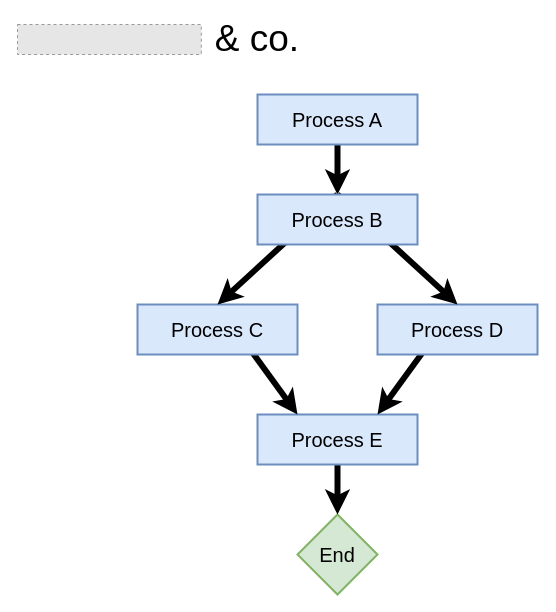
hclimente/hclimente.github.io keeps this draw.io diagram as assets/img/posts/2025-10-12-agentic-workflows/nextflow_dag.drawio. Above is the earlier version. Source tidied: cells renumbered, new cells numbered last; positions are measured from the earlier drawing's top-left corner, leaving out a move shared by most shapes. Both pictures are drawn from the tidied source at 100%, with x=0, y=0 at pixel (17, 24). Pictures stored in the file or linked from it are replaced by grey dashed boxes.
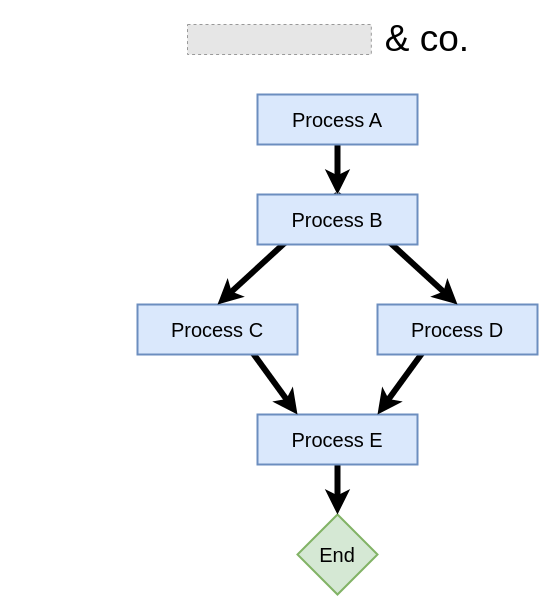
After the change.

What changed in the source:
```diff
@@
 <mxGraphModel>
   <root>
     <mxCell id="0" />
     <mxCell id="1" parent="0" />
-    <mxCell id="2" style="fillColor=#E6E6E6;strokeColor=#999999;dashed=1;verticalLabelPosition=bottom;labelBackgroundColor=default;verticalAlign=top;" parent="1" vertex="1">
-      <mxGeometry width="183.8" height="30" as="geometry" />
-    </mxCell>
     <mxCell id="3" style="group;" parent="1" vertex="1">
       <mxGeometry x="120" y="70" width="400" height="500" as="geometry" />
     </mxCell>
     <mxCell id="4" value="&lt;font style=&quot;font-size: 20px;&quot;&gt;End&lt;/font&gt;" style="rhombus;whiteSpace=wrap;html=1;fillColor=#d5e8d4;strokeColor=#82b366;strokeWidth=2;" parent="3" vertex="1">
       <mxGeometry x="160" y="420" width="80" height="80" as="geometry" />
     </mxCell>
     <mxCell id="5" style="endArrow=classic;html=1;rounded=0;strokeWidth=6;exitX=0.5;exitY=1;exitDx=0;exitDy=0;entryX=0.5;entryY=0;entryDx=0;entryDy=0;" parent="3" edge="1" source="6" target="4">
       <mxGeometry relative="1" as="geometry" />
     </mxCell>
     <mxCell id="6" value="&lt;font style=&quot;font-size: 20px;&quot;&gt;Process E&lt;/font&gt;" style="rounded=0;whiteSpace=wrap;html=1;strokeWidth=2;fillColor=#dae8fc;strokeColor=#6c8ebf;" parent="3" vertex="1">
       <mxGeometry x="120" y="320" width="160" height="50" as="geometry" />
     </mxCell>
     <mxCell id="7" style="endArrow=classic;html=1;rounded=0;strokeWidth=6;entryX=0.75;entryY=0;entryDx=0;entryDy=0;exitX=0.5;exitY=0;exitDx=0;exitDy=0;" parent="3" edge="1" source="8" target="6">
       <mxGeometry relative="1" as="geometry" />
     </mxCell>
     <mxCell id="8" value="&lt;font style=&quot;font-size: 20px;&quot;&gt;Process D&lt;/font&gt;" style="rounded=0;whiteSpace=wrap;html=1;strokeWidth=2;fillColor=#dae8fc;strokeColor=#6c8ebf;" parent="3" vertex="1">
       <mxGeometry x="240" y="210" width="160" height="50" as="geometry" />
     </mxCell>
     <mxCell id="9" style="endArrow=classic;html=1;rounded=0;strokeWidth=6;exitX=0.5;exitY=0;exitDx=0;exitDy=0;entryX=0.25;entryY=0;entryDx=0;entryDy=0;" parent="3" edge="1" source="10" target="6">
       <mxGeometry relative="1" as="geometry" />
     </mxCell>
     <mxCell id="10" value="&lt;font style=&quot;font-size: 20px;&quot;&gt;Process C&lt;/font&gt;" style="rounded=0;whiteSpace=wrap;html=1;strokeWidth=2;fillColor=#dae8fc;strokeColor=#6c8ebf;" parent="3" vertex="1">
       <mxGeometry y="210" width="160" height="50" as="geometry" />
     </mxCell>
     <mxCell id="11" style="endArrow=classic;html=1;rounded=0;strokeWidth=6;entryX=0.5;entryY=0;entryDx=0;entryDy=0;exitX=0.5;exitY=1;exitDx=0;exitDy=0;" parent="3" edge="1" source="15" target="14">
       <mxGeometry relative="1" as="geometry" />
     </mxCell>
     <mxCell id="12" style="endArrow=classic;html=1;rounded=0;strokeWidth=6;entryX=0.5;entryY=0;entryDx=0;entryDy=0;exitX=0.5;exitY=0;exitDx=0;exitDy=0;" parent="3" edge="1" source="14" target="10">
       <mxGeometry relative="1" as="geometry" />
     </mxCell>
     <mxCell id="13" style="endArrow=classic;html=1;rounded=0;strokeWidth=6;entryX=0.5;entryY=0;entryDx=0;entryDy=0;exitX=0.5;exitY=0;exitDx=0;exitDy=0;" parent="3" edge="1" source="14" target="8">
       <mxGeometry relative="1" as="geometry" />
     </mxCell>
     <mxCell id="14" value="&lt;font style=&quot;font-size: 20px;&quot;&gt;Process B&lt;/font&gt;" style="rounded=0;whiteSpace=wrap;html=1;strokeWidth=2;fillColor=#dae8fc;strokeColor=#6c8ebf;" parent="3" vertex="1">
       <mxGeometry x="120" y="100" width="160" height="50" as="geometry" />
     </mxCell>
     <mxCell id="15" value="&lt;font style=&quot;font-size: 20px;&quot;&gt;Process A&lt;/font&gt;" style="rounded=0;whiteSpace=wrap;html=1;strokeWidth=2;fillColor=#dae8fc;strokeColor=#6c8ebf;" parent="3" vertex="1">
       <mxGeometry x="120" width="160" height="50" as="geometry" />
     </mxCell>
+    <mxCell id="17" style="group;" parent="1" vertex="1">
+      <mxGeometry x="170" width="320" height="30" as="geometry" />
+    </mxCell>
+    <mxCell id="2" style="fillColor=#E6E6E6;strokeColor=#999999;dashed=1;verticalLabelPosition=bottom;labelBackgroundColor=default;verticalAlign=top;" parent="17" vertex="1">
+      <mxGeometry width="183.8" height="30" as="geometry" />
+    </mxCell>
-    <mxCell id="16" value="&lt;font style=&quot;font-size: 37px;&quot;&gt;&amp;amp; co.&lt;/font&gt;" style="text;html=1;whiteSpace=wrap;strokeColor=none;fillColor=none;align=center;verticalAlign=middle;rounded=0;" parent="1" vertex="1">
+    <mxCell id="16" value="&lt;font style=&quot;font-size: 37px;&quot;&gt;&amp;amp; co.&lt;/font&gt;" style="text;html=1;whiteSpace=wrap;strokeColor=none;fillColor=none;align=center;verticalAlign=middle;rounded=0;" parent="17" vertex="1">
       <mxGeometry x="160" width="160" height="30" as="geometry" />
     </mxCell>
   </root>
 </mxGraphModel>
```
